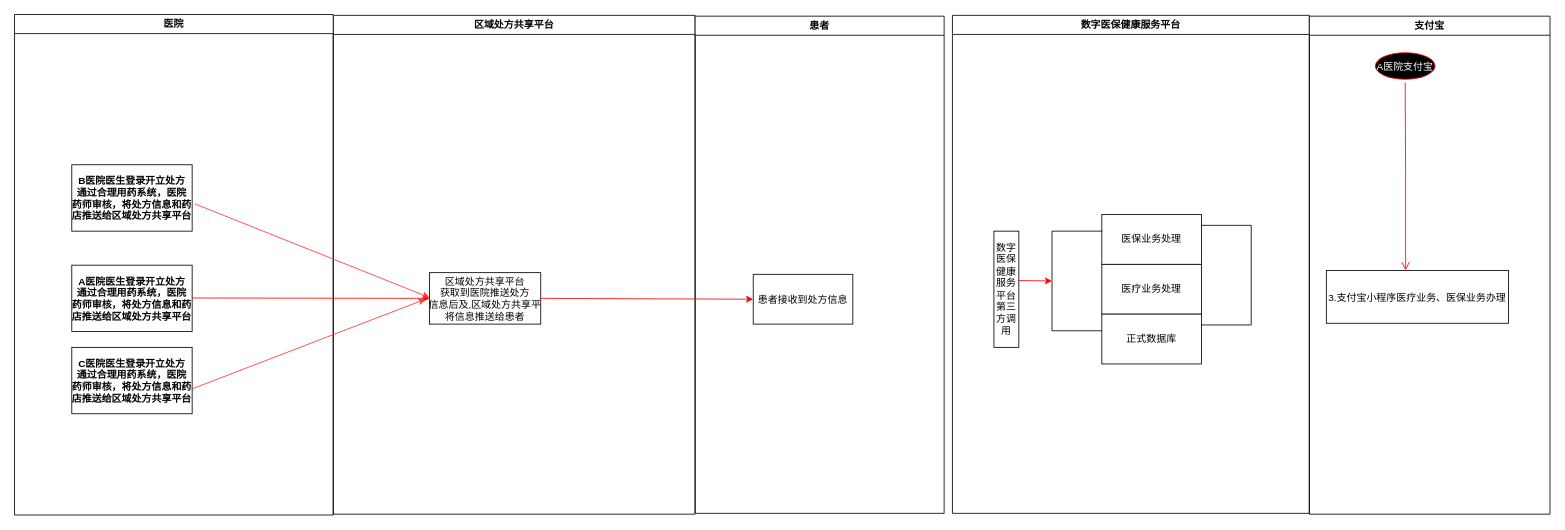
Earlier version of the draw.io diagram scis-master/Untitled Diagram.drawio (yangyutf/Springscxx). Source tidied: cells renumbered, new cells numbered last; positions are measured from the earlier drawing's top-left corner, leaving out a move shared by most shapes. Both pictures are drawn from the tidied source at 83%, with x=0, y=0 at pixel (14, 14).
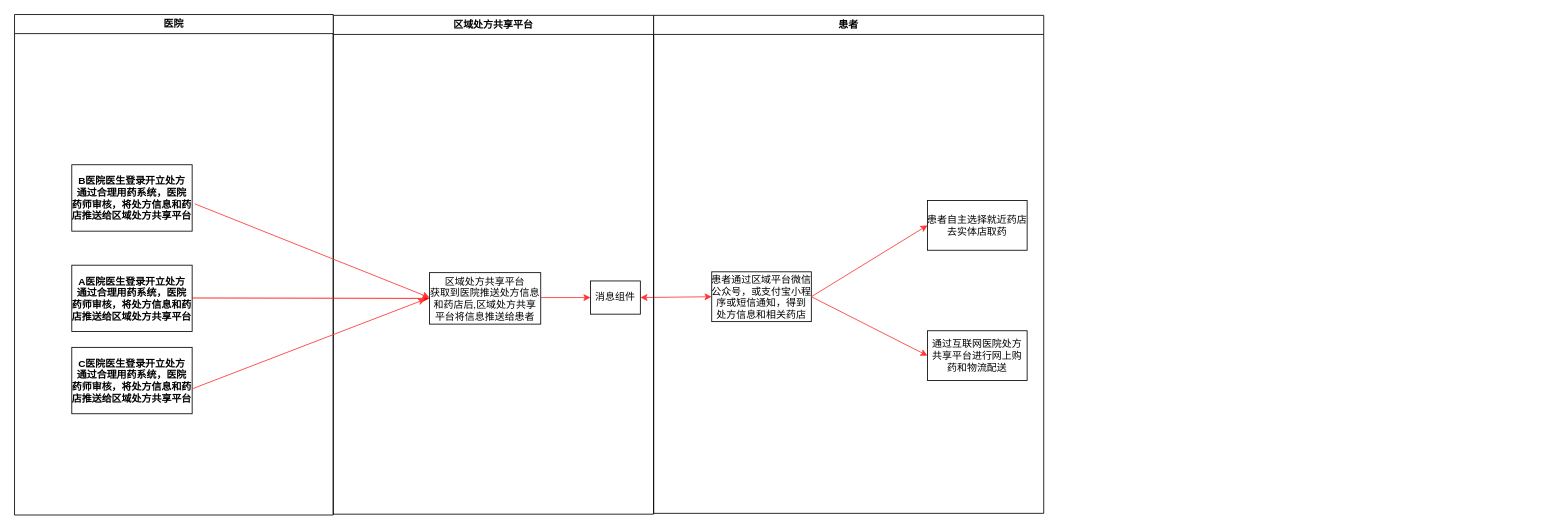
Above is the later version.

The edit, as a diff of the source:
```diff
@@
-    <mxCell id="2" value="数字医保健康服务平台" style="swimlane;whiteSpace=wrap;" parent="1" vertex="1">
-      <mxGeometry x="1130" y="1" width="430" height="600" as="geometry" />
-    </mxCell>
-    <mxCell id="3" style="endArrow=classic;html=1;strokeColor=#FF0000;fontColor=#FFFFFF;exitX=0.5;exitY=1;exitDx=0;exitDy=0;entryX=0.5;entryY=0;entryDx=0;entryDy=0;" parent="2" edge="1">
-      <mxGeometry relative="1" as="geometry">
-        <mxPoint x="120" y="171" as="sourcePoint" />
-        <mxPoint x="120" y="171" as="targetPoint" />
-      </mxGeometry>
-    </mxCell>
-    <mxCell id="4" value="数字医保健康服务平台第三方调用" style="whiteSpace=wrap;html=1;" parent="2" vertex="1">
-      <mxGeometry x="50" y="260" width="30" height="140" as="geometry" />
-    </mxCell>
-    <mxCell id="5" value="医保业务处理" style="whiteSpace=wrap;html=1;" parent="2" vertex="1">
-      <mxGeometry x="180" y="240" width="120" height="60" as="geometry" />
-    </mxCell>
-    <mxCell id="6" value="医疗业务处理" style="whiteSpace=wrap;html=1;" parent="2" vertex="1">
-      <mxGeometry x="180" y="300" width="120" height="60" as="geometry" />
-    </mxCell>
-    <mxCell id="7" style="shape=partialRectangle;whiteSpace=wrap;html=1;bottom=1;right=1;left=1;top=0;fillColor=none;routingCenterX=-0.5;rotation=90;" parent="2" vertex="1">
-      <mxGeometry x="90" y="290" width="120" height="60" as="geometry" />
-    </mxCell>
-    <mxCell id="8" style="endArrow=classic;html=1;strokeColor=#FF0000;fontColor=#FFFFFF;" parent="2" edge="1">
-      <mxGeometry relative="1" as="geometry">
-        <mxPoint x="80" y="319.5" as="sourcePoint" />
-        <mxPoint x="120" y="320" as="targetPoint" />
-      </mxGeometry>
-    </mxCell>
-    <mxCell id="9" style="shape=partialRectangle;whiteSpace=wrap;html=1;bottom=1;right=1;left=1;top=0;fillColor=none;routingCenterX=-0.5;rotation=-90;" parent="2" vertex="1">
-      <mxGeometry x="270" y="283" width="120" height="60" as="geometry" />
-    </mxCell>
-    <mxCell id="10" value="正式数据库" style="whiteSpace=wrap;html=1;" parent="2" vertex="1">
-      <mxGeometry x="180" y="360" width="120" height="60" as="geometry" />
-    </mxCell>
     <mxCell id="11" value="区域处方共享平台" style="swimlane;whiteSpace=wrap;" parent="1" vertex="1">
-      <mxGeometry x="384" y="1" width="436" height="601" as="geometry" />
+      <mxGeometry x="384" y="1" width="386" height="601" as="geometry" />
     </mxCell>
-    <mxCell id="12" value="区域处方共享平台&#10;获取到医院推送处方&#10;信息后及,区域处方共享平&#10;将信息推送给患者" parent="11" vertex="1">
+    <mxCell id="12" value="区域处方共享平台&#10;获取到医院推送处方信息&#10;和药店后,区域处方共享&#10;平台将信息推送给患者" parent="11" vertex="1">
       <mxGeometry x="116" y="310" width="134" height="62" as="geometry" />
     </mxCell>
+    <mxCell id="27" style="endArrow=classic;html=1;strokeColor=#FF3333;entryX=0;entryY=0.5;entryDx=0;entryDy=0;" parent="11" edge="1" target="28">
+      <mxGeometry relative="1" as="geometry">
+        <mxPoint x="250" y="340" as="sourcePoint" />
+      </mxGeometry>
+    </mxCell>
+    <mxCell id="28" value="消息组件" style="rounded=0;whiteSpace=wrap;html=1;" parent="11" vertex="1">
+      <mxGeometry x="310" y="320" width="60" height="40" as="geometry" />
+    </mxCell>
+    <mxCell id="29" style="endArrow=classic;startArrow=classic;html=1;strokeColor=#FF3333;entryX=0;entryY=0.5;entryDx=0;entryDy=0;" parent="11" edge="1" target="30">
+      <mxGeometry relative="1" as="geometry">
+        <mxPoint x="370" y="340" as="sourcePoint" />
+      </mxGeometry>
+    </mxCell>
@@
-    <mxCell id="19" value="支付宝" style="swimlane;whiteSpace=wrap;startSize=23;" parent="1" vertex="1">
-      <mxGeometry x="1560" y="2" width="290" height="600" as="geometry" />
-    </mxCell>
-    <mxCell id="20" value="A医院支付宝" style="ellipse;shape=startState;fillColor=#000000;strokeColor=#ff0000;fontColor=#FFFFFF;" parent="19" vertex="1">
-      <mxGeometry x="75.5" y="40" width="80" height="40" as="geometry" />
-    </mxCell>
-    <mxCell id="21" value="3.支付宝小程序医疗业务、医保业务办理" parent="19" vertex="1">
-      <mxGeometry x="20.5" y="306.3" width="219.5" height="63.7" as="geometry" />
-    </mxCell>
-    <mxCell id="22" style="edgeStyle=elbowEdgeStyle;elbow=horizontal;verticalAlign=bottom;endArrow=open;endSize=8;strokeColor=#FF0000;endFill=1;rounded=0;" parent="19" edge="1" source="20" target="21">
-      <mxGeometry x="100" y="40" as="geometry" />
-    </mxCell>
     <mxCell id="23" value="患者" style="swimlane;whiteSpace=wrap;" parent="1" vertex="1">
-      <mxGeometry x="820" y="2" width="300" height="599" as="geometry" />
+      <mxGeometry x="770" y="1" width="470" height="600" as="geometry" />
     </mxCell>
-    <mxCell id="24" value="患者接收到处方信息" parent="23" vertex="1">
-      <mxGeometry x="70" y="311" width="120" height="60" as="geometry" />
+    <mxCell id="24" value="患者自主选择就近药店&#10;去实体店取药" parent="23" vertex="1">
+      <mxGeometry x="330" y="223" width="120" height="60" as="geometry" />
     </mxCell>
-    <mxCell id="25" style="endArrow=classic;html=1;strokeColor=#FF0000;fontColor=#FFFFFF;exitX=1;exitY=0.5;exitDx=0;exitDy=0;entryX=0;entryY=0.5;entryDx=0;entryDy=0;" parent="1" edge="1" source="12" target="24">
-      <mxGeometry relative="1" as="geometry" />
-    </mxCell>
+    <mxCell id="30" value="患者通过区域平台微信&#10;公众号，或支付宝小程&#10;序或短信通知，得到&#10;处方信息和相关药店" parent="23" vertex="1">
+      <mxGeometry x="70" y="309" width="120" height="60" as="geometry" />
+    </mxCell>
+    <mxCell id="31" value="通过互联网医院处方共享平台进行网上购药和物流配送" style="rounded=0;whiteSpace=wrap;html=1;" parent="23" vertex="1">
+      <mxGeometry x="330" y="380" width="120" height="60" as="geometry" />
+    </mxCell>
+    <mxCell id="32" style="endArrow=classic;html=1;strokeColor=#FF3333;exitX=1;exitY=0.5;exitDx=0;exitDy=0;entryX=0;entryY=0.5;entryDx=0;entryDy=0;" parent="23" edge="1" source="30" target="24">
+      <mxGeometry relative="1" as="geometry" />
+    </mxCell>
+    <mxCell id="33" style="endArrow=classic;html=1;strokeColor=#FF3333;exitX=1;exitY=0.5;exitDx=0;exitDy=0;entryX=0;entryY=0.5;entryDx=0;entryDy=0;" parent="23" edge="1" source="30" target="31">
+      <mxGeometry relative="1" as="geometry" />
+    </mxCell>
```
